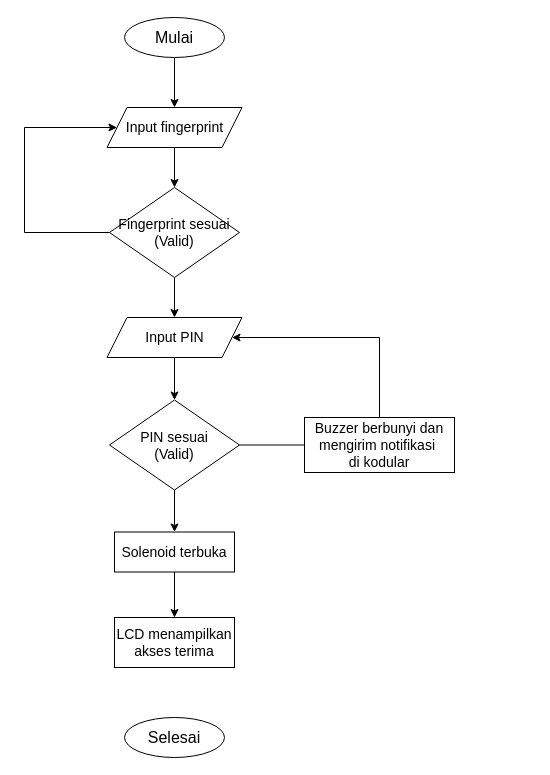
putrinadiasudartomo/13020210003_Modul7_dan_Modul8_PutriNadiaSudartomo keeps this draw.io diagram as Untitled Diagram.drawio. Above is the earlier version. Source tidied: cells renumbered, new cells numbered last; positions are measured from the earlier drawing's top-left corner, leaving out a move shared by most shapes. Both pictures are drawn from the tidied source at 100%, with x=0, y=0 at pixel (24, 17).
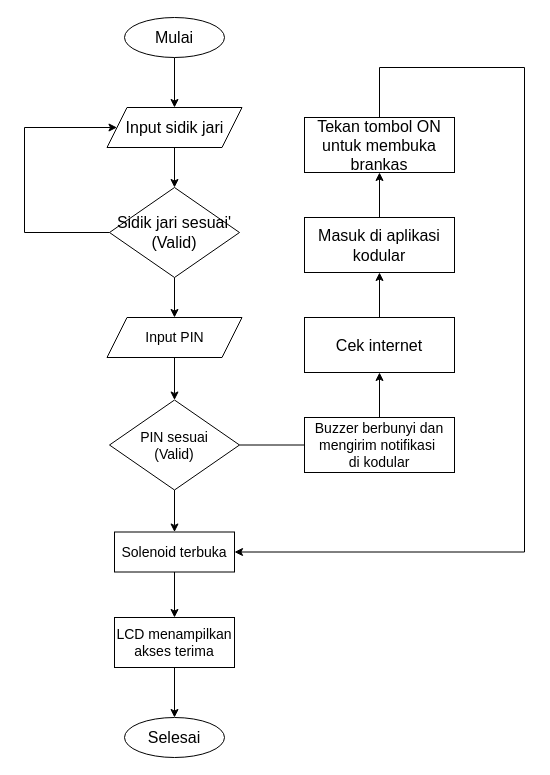
The same diagram, later.

The change refers to these unchanged cells:
```xml
<mxCell id="5" value="&lt;span style=&quot;font-size: 14px;&quot;&gt;Solenoid terbuka&lt;/span&gt;" style="rounded=0;whiteSpace=wrap;html=1;" parent="1" vertex="1">
  <mxGeometry x="90" y="514.5" width="120" height="40" as="geometry" />
</mxCell>
<mxCell id="12" value="&lt;span style=&quot;font-size: 14px;&quot;&gt;Input PIN&lt;/span&gt;" style="shape=parallelogram;perimeter=parallelogramPerimeter;whiteSpace=wrap;html=1;fixedSize=1;" parent="1" vertex="1">
  <mxGeometry x="82.5" y="300" width="135" height="40" as="geometry" />
</mxCell>
<mxCell id="15" value="&lt;span style=&quot;font-size: 14px;&quot;&gt;LCD menampilkan akses terima&lt;/span&gt;" style="rounded=0;whiteSpace=wrap;html=1;" parent="1" vertex="1">
  <mxGeometry x="90" y="600" width="120" height="50" as="geometry" />
</mxCell>
<mxCell id="17" value="&lt;span style=&quot;font-size: 14px;&quot;&gt;Buzzer berbunyi dan mengirim notifikasi&amp;nbsp;&lt;/span&gt;&lt;div&gt;&lt;span style=&quot;font-size: 14px; background-color: initial;&quot;&gt;di kodular&lt;/span&gt;&lt;/div&gt;" style="rounded=0;whiteSpace=wrap;html=1;" parent="1" vertex="1">
  <mxGeometry x="280" y="400" width="150" height="55" as="geometry" />
</mxCell>
<mxCell id="19" value="&lt;font size=&quot;3&quot;&gt;Selesai&lt;/font&gt;" style="ellipse;whiteSpace=wrap;html=1;" parent="1" vertex="1">
  <mxGeometry x="100" y="700" width="100" height="40" as="geometry" />
</mxCell>
```

What changed in the source:
```diff
@@
-    <mxCell id="8" value="&lt;span style=&quot;font-size: 14px;&quot;&gt;Fingerprint sesuai&lt;/span&gt;&lt;div&gt;&lt;span style=&quot;font-size: 14px;&quot;&gt;(Valid)&lt;/span&gt;&lt;/div&gt;" style="rhombus;whiteSpace=wrap;html=1;" parent="1" vertex="1">
+    <mxCell id="8" value="&lt;font size=&quot;3&quot;&gt;Sidik jari sesuai'&lt;/font&gt;&lt;div&gt;&lt;font size=&quot;3&quot;&gt;(Valid)&lt;/font&gt;&lt;/div&gt;" style="rhombus;whiteSpace=wrap;html=1;" parent="1" vertex="1">
       <mxGeometry x="85" y="170" width="130" height="90" as="geometry" />
     </mxCell>
@@
-    <mxCell id="10" value="&lt;font style=&quot;font-size: 14px;&quot;&gt;Input fingerprint&lt;/font&gt;" style="shape=parallelogram;perimeter=parallelogramPerimeter;whiteSpace=wrap;html=1;fixedSize=1;" parent="1" vertex="1">
+    <mxCell id="10" value="&lt;font size=&quot;3&quot;&gt;Input sidik jari&lt;/font&gt;" style="shape=parallelogram;perimeter=parallelogramPerimeter;whiteSpace=wrap;html=1;fixedSize=1;" parent="1" vertex="1">
       <mxGeometry x="82.5" y="90" width="135" height="40" as="geometry" />
     </mxCell>
@@
+    <mxCell id="20" style="edgeStyle=orthogonalEdgeStyle;rounded=0;jettySize=auto;html=1;exitX=0.5;exitY=1;exitDx=0;exitDy=0;entryX=0.5;entryY=0;entryDx=0;entryDy=0;" parent="1" edge="1" source="15" target="19">
+      <mxGeometry relative="1" as="geometry" />
+    </mxCell>
@@
-    <mxCell id="16" style="edgeStyle=orthogonalEdgeStyle;rounded=0;jettySize=auto;html=1;exitX=0.5;exitY=0;exitDx=0;exitDy=0;entryX=1;entryY=0.5;entryDx=0;entryDy=0;" parent="1" edge="1" source="17" target="12">
-      <mxGeometry relative="1" as="geometry">
-        <Array as="points">
-          <mxPoint x="355" y="320" />
-        </Array>
-      </mxGeometry>
-    </mxCell>
+    <mxCell id="21" style="edgeStyle=orthogonalEdgeStyle;rounded=0;jettySize=auto;html=1;exitX=0.5;exitY=0;exitDx=0;exitDy=0;entryX=0.5;entryY=1;entryDx=0;entryDy=0;" parent="1" edge="1" source="17" target="23">
+      <mxGeometry relative="1" as="geometry" />
+    </mxCell>
@@
+    <mxCell id="22" style="edgeStyle=orthogonalEdgeStyle;rounded=0;jettySize=auto;html=1;exitX=0.5;exitY=0;exitDx=0;exitDy=0;entryX=0.5;entryY=1;entryDx=0;entryDy=0;" parent="1" edge="1" source="23" target="25">
+      <mxGeometry relative="1" as="geometry" />
+    </mxCell>
+    <mxCell id="23" value="&lt;font size=&quot;3&quot;&gt;Cek internet&lt;/font&gt;" style="rounded=0;whiteSpace=wrap;html=1;" parent="1" vertex="1">
+      <mxGeometry x="280" y="300" width="150" height="55" as="geometry" />
+    </mxCell>
+    <mxCell id="24" style="edgeStyle=orthogonalEdgeStyle;rounded=0;jettySize=auto;html=1;exitX=0.5;exitY=0;exitDx=0;exitDy=0;entryX=0.5;entryY=1;entryDx=0;entryDy=0;" parent="1" edge="1" source="25" target="27">
+      <mxGeometry relative="1" as="geometry" />
+    </mxCell>
+    <mxCell id="25" value="&lt;font size=&quot;3&quot;&gt;Masuk di aplikasi kodular&lt;/font&gt;" style="rounded=0;whiteSpace=wrap;html=1;" parent="1" vertex="1">
+      <mxGeometry x="280" y="200" width="150" height="55" as="geometry" />
+    </mxCell>
+    <mxCell id="26" style="edgeStyle=orthogonalEdgeStyle;rounded=0;jettySize=auto;html=1;exitX=0.5;exitY=0;exitDx=0;exitDy=0;entryX=1;entryY=0.5;entryDx=0;entryDy=0;" parent="1" edge="1" source="27" target="5">
+      <mxGeometry relative="1" as="geometry">
+        <Array as="points">
+          <mxPoint x="355" y="50" />
+          <mxPoint x="500" y="50" />
+          <mxPoint x="500" y="535" />
+        </Array>
+      </mxGeometry>
+    </mxCell>
+    <mxCell id="27" value="&lt;font size=&quot;3&quot;&gt;Tekan tombol ON untuk membuka brankas&lt;/font&gt;" style="rounded=0;whiteSpace=wrap;html=1;" parent="1" vertex="1">
+      <mxGeometry x="280" y="100" width="150" height="55" as="geometry" />
+    </mxCell>
```
